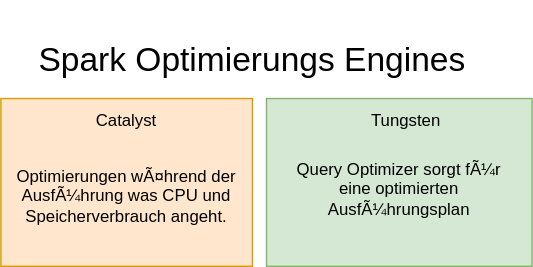
Above: course/02-Dataframes/spark-optimierungen.dio.svg in dancier/spark-course (draw.io), before the change. Source tidied: cells renumbered, new cells last; positions are measured from the earlier drawing's top-left corner, leaving out a move shared by most shapes.
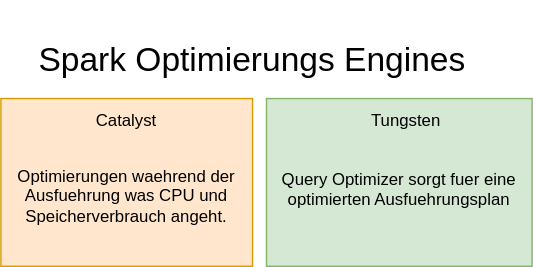
Above is the later version.

What changed in the source:
```diff
@@ -17,10 +17,10 @@
     <mxCell id="6" value="Tungsten" style="text;strokeColor=none;fillColor=none;align=center;verticalAlign=middle;rounded=0;" parent="1" vertex="1">
       <mxGeometry x="260" y="70" width="60" height="30" as="geometry" />
     </mxCell>
-    <mxCell id="7" value="Query Optimizer sorgt für eine optimierten Ausführungsplan" style="text;strokeColor=none;fillColor=none;align=center;verticalAlign=middle;rounded=0;whiteSpace=wrap;" parent="1" vertex="1">
+    <mxCell id="7" value="Query Optimizer sorgt fuer eine optimierten Ausfuehrungsplan" style="text;strokeColor=none;fillColor=none;align=center;verticalAlign=middle;rounded=0;whiteSpace=wrap;" parent="1" vertex="1">
       <mxGeometry x="200" y="100" width="170" height="70" as="geometry" />
     </mxCell>
-    <mxCell id="8" value="Optimierungen während der Ausführung was CPU und Speicherverbrauch angeht." style="text;strokeColor=none;fillColor=none;align=center;verticalAlign=middle;rounded=0;whiteSpace=wrap;" parent="1" vertex="1">
+    <mxCell id="8" value="Optimierungen waehrend der Ausfuehrung was CPU und Speicherverbrauch angeht." style="text;strokeColor=none;fillColor=none;align=center;verticalAlign=middle;rounded=0;whiteSpace=wrap;" parent="1" vertex="1">
       <mxGeometry x="10" y="100" width="160" height="80" as="geometry" />
     </mxCell>
   </root>
```
